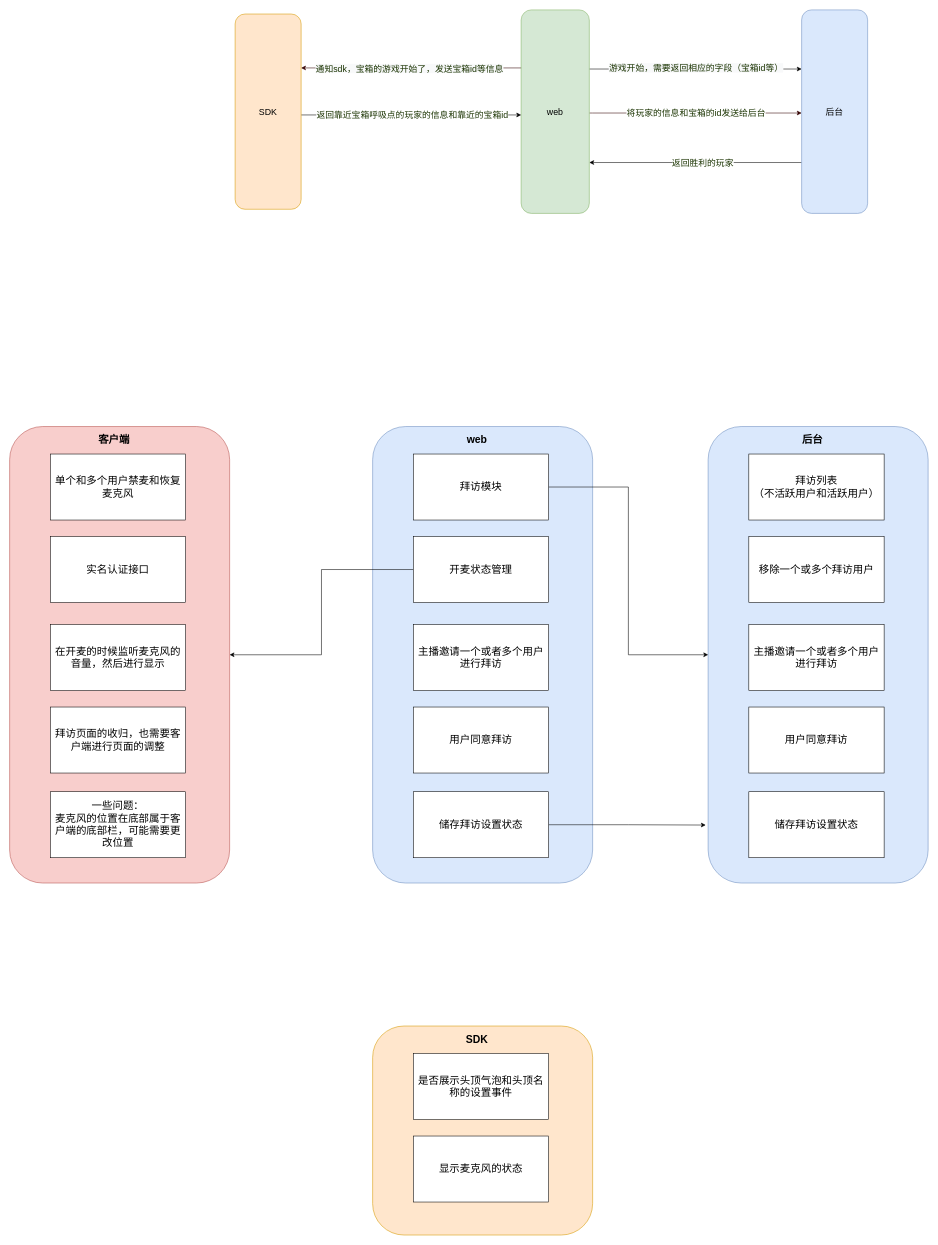
Earlier version of the draw.io diagram xVerseSixth.drawio (SkylarShuang/learnSM). Source tidied: cells renumbered, new cells numbered last; positions are measured from the earlier drawing's top-left corner, leaving out a move shared by most shapes. Both pictures are drawn from the tidied source at 55%, with x=0, y=0 at pixel (9, 9).
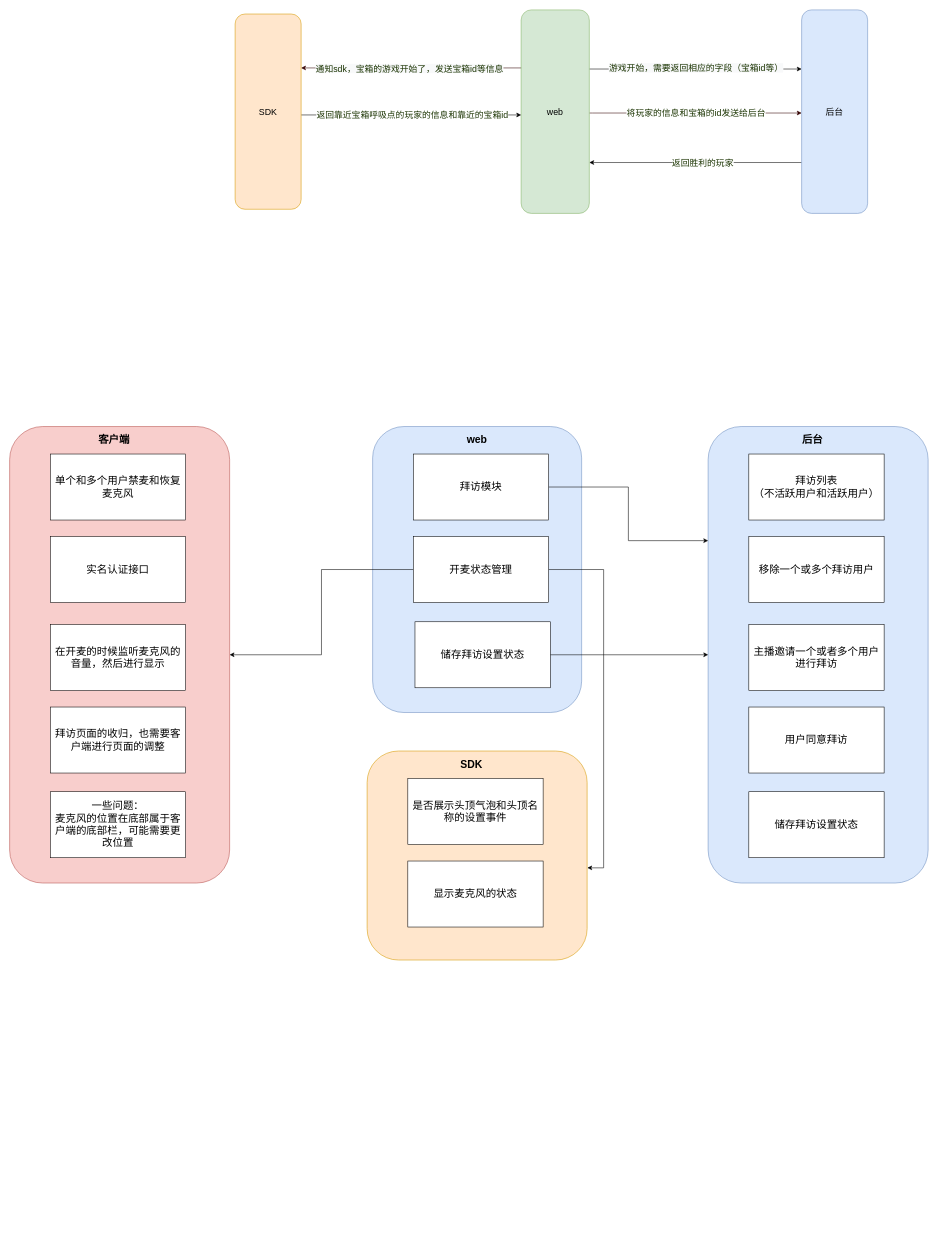
The same diagram, later.

Unchanged cells that the change refers to:
```xml
<mxCell id="15" style="rounded=1;whiteSpace=wrap;html=1;rotation=0;fillColor=#dae8fc;strokeColor=#6c8ebf;fontSize=16;" parent="1" vertex="1">
  <mxGeometry x="1270" y="758" width="400" height="830" as="geometry" />
</mxCell>
<mxCell id="35" value="&lt;span style=&quot;font-size: 19px&quot;&gt;拜访模块&lt;/span&gt;" style="rounded=0;whiteSpace=wrap;html=1;" parent="1" vertex="1">
  <mxGeometry x="734" y="808" width="246" height="120" as="geometry" />
</mxCell>
<mxCell id="37" value="&lt;span style=&quot;font-size: 19px&quot;&gt;开麦状态管理&lt;/span&gt;" style="rounded=0;whiteSpace=wrap;html=1;" parent="1" vertex="1">
  <mxGeometry x="734" y="958" width="246" height="120" as="geometry" />
</mxCell>
```

What changed in the source:
```diff
@@
     <mxCell id="29" style="rounded=1;whiteSpace=wrap;html=1;rotation=0;fillColor=#ffe6cc;strokeColor=#d79b00;fontSize=16;" parent="1" vertex="1">
-      <mxGeometry x="660" y="1848" width="400" height="380" as="geometry" />
+      <mxGeometry x="650" y="1348" width="400" height="380" as="geometry" />
     </mxCell>
     <mxCell id="30" value="&lt;span style=&quot;font-size: 19px&quot;&gt;是否展示头顶气泡和头顶名称的设置事件&lt;/span&gt;" style="rounded=0;whiteSpace=wrap;html=1;" parent="1" vertex="1">
-      <mxGeometry x="734" y="1898" width="246" height="120" as="geometry" />
+      <mxGeometry x="724" y="1398" width="246" height="120" as="geometry" />
     </mxCell>
     <mxCell id="31" value="&lt;span style=&quot;font-size: 19px&quot;&gt;显示麦克风的状态&lt;/span&gt;" style="rounded=0;whiteSpace=wrap;html=1;" parent="1" vertex="1">
-      <mxGeometry x="734" y="2048" width="246" height="120" as="geometry" />
+      <mxGeometry x="724" y="1548" width="246" height="120" as="geometry" />
     </mxCell>
     <mxCell id="32" value="&lt;b&gt;SDK&lt;/b&gt;" style="text;html=1;strokeColor=none;fillColor=none;align=center;verticalAlign=middle;whiteSpace=wrap;rounded=0;fontSize=19;" parent="1" vertex="1">
-      <mxGeometry x="820" y="1858" width="60" height="30" as="geometry" />
+      <mxGeometry x="810" y="1358" width="60" height="30" as="geometry" />
     </mxCell>
     <mxCell id="33" style="rounded=1;whiteSpace=wrap;html=1;rotation=0;fillColor=#dae8fc;strokeColor=#6c8ebf;fontSize=16;" parent="1" vertex="1">
-      <mxGeometry x="660" y="758" width="400" height="830" as="geometry" />
+      <mxGeometry x="660" y="758" width="380" height="520" as="geometry" />
     </mxCell>
+    <mxCell id="43" style="edgeStyle=orthogonalEdgeStyle;rounded=0;jettySize=auto;html=1;entryX=1.001;entryY=0.559;entryDx=0;entryDy=0;entryPerimeter=0;fontSize=19;fontColor=#7EA6E0;exitX=1;exitY=0.5;exitDx=0;exitDy=0;" parent="1" edge="1" source="37" target="29">
+      <mxGeometry relative="1" as="geometry">
+        <Array as="points">
+          <mxPoint x="1080" y="1018" />
+          <mxPoint x="1080" y="1560" />
+        </Array>
+      </mxGeometry>
+    </mxCell>
-    <mxCell id="34" style="edgeStyle=orthogonalEdgeStyle;rounded=0;jettySize=auto;html=1;fontSize=19;fontColor=#7EA6E0;" parent="1" edge="1" source="35" target="15">
+    <mxCell id="34" style="edgeStyle=orthogonalEdgeStyle;rounded=0;jettySize=auto;html=1;fontSize=19;fontColor=#7EA6E0;entryX=0;entryY=0.25;entryDx=0;entryDy=0;" parent="1" edge="1" source="35" target="15">
       <mxGeometry relative="1" as="geometry" />
     </mxCell>
@@
-    <mxCell id="38" value="&lt;span style=&quot;font-size: 19px&quot;&gt;主播邀请一个或者多个用户进行拜访&lt;/span&gt;" style="rounded=0;whiteSpace=wrap;html=1;" parent="1" vertex="1">
-      <mxGeometry x="734" y="1118" width="246" height="120" as="geometry" />
-    </mxCell>
-    <mxCell id="39" value="&lt;span style=&quot;font-size: 19px&quot;&gt;用户同意拜访&lt;/span&gt;" style="rounded=0;whiteSpace=wrap;html=1;" parent="1" vertex="1">
-      <mxGeometry x="734" y="1268" width="246" height="120" as="geometry" />
-    </mxCell>
-    <mxCell id="40" style="edgeStyle=orthogonalEdgeStyle;rounded=0;jettySize=auto;html=1;exitX=1;exitY=0.5;exitDx=0;exitDy=0;entryX=-0.011;entryY=0.873;entryDx=0;entryDy=0;entryPerimeter=0;fontSize=19;fontColor=#7EA6E0;" parent="1" edge="1" source="41" target="15">
+    <mxCell id="40" style="edgeStyle=orthogonalEdgeStyle;rounded=0;jettySize=auto;html=1;exitX=1;exitY=0.5;exitDx=0;exitDy=0;entryX=0;entryY=0.5;entryDx=0;entryDy=0;fontSize=19;fontColor=#7EA6E0;" parent="1" edge="1" source="41" target="15">
       <mxGeometry relative="1" as="geometry" />
     </mxCell>
     <mxCell id="41" value="&lt;span style=&quot;font-size: 19px&quot;&gt;储存拜访设置状态&lt;/span&gt;" style="rounded=0;whiteSpace=wrap;html=1;" parent="1" vertex="1">
-      <mxGeometry x="734" y="1422" width="246" height="120" as="geometry" />
+      <mxGeometry x="737" y="1113" width="246" height="120" as="geometry" />
     </mxCell>
```
